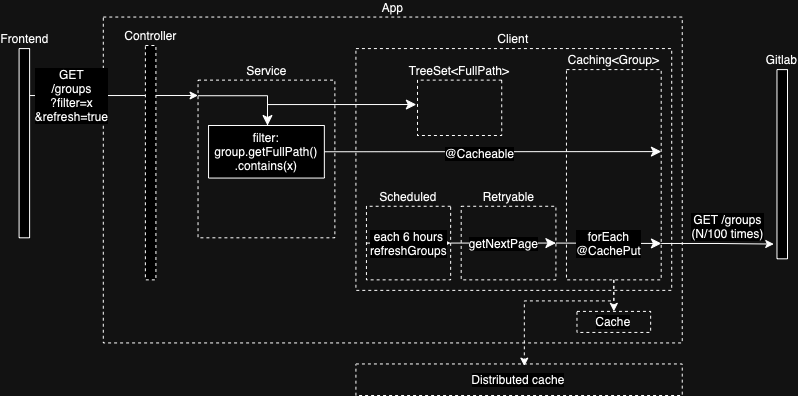
Above: docs/diagram/Diagram.drawio.png in foobarops/gitlab-proxy (draw.io), before the change. Source tidied: cells renumbered, new cells last; positions are measured from the earlier drawing's top-left corner, leaving out a move shared by most shapes.
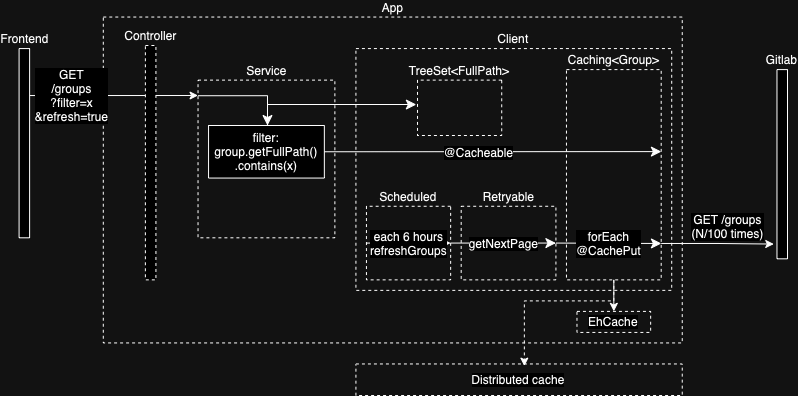
The same diagram one commit later.

Commit message:
chore: Update README with improved diagram

Diff of the diagram source:
```diff
@@ -14,13 +14,13 @@
     <mxCell id="5" value="Retryable" style="rounded=0;whiteSpace=wrap;html=1;fillColor=none;dashed=1;labelPosition=center;verticalLabelPosition=top;align=center;verticalAlign=bottom;fontSize=12;fontFamily=Helvetica;" parent="1" vertex="1">
       <mxGeometry x="441.7" y="188.8" width="94.7" height="73.6" as="geometry" />
     </mxCell>
-    <mxCell id="6" style="edgeStyle=orthogonalEdgeStyle;rounded=0;jettySize=auto;html=1;entryX=0.5;entryY=0;entryDx=0;entryDy=0;dashed=1;exitX=0.5;exitY=1;exitDx=0;exitDy=0;fontSize=12;fontFamily=Helvetica;" parent="1" edge="1" source="12" target="8">
+    <mxCell id="6" style="edgeStyle=orthogonalEdgeStyle;rounded=0;jettySize=auto;html=1;entryX=0.5;entryY=0;entryDx=0;entryDy=0;exitX=0.5;exitY=1;exitDx=0;exitDy=0;fontSize=12;fontFamily=Helvetica;" parent="1" edge="1" source="12" target="8">
       <mxGeometry relative="1" as="geometry" />
     </mxCell>
     <mxCell id="7" value="GET /groups&lt;br style=&quot;font-size: 12px;&quot;&gt;(N/100 times)" style="edgeStyle=orthogonalEdgeStyle;rounded=0;jettySize=auto;html=1;entryX=-0.3;entryY=0.922;entryDx=0;entryDy=0;entryPerimeter=0;exitX=1;exitY=0.827;exitDx=0;exitDy=0;exitPerimeter=0;fontSize=12;fontFamily=Helvetica;" parent="1" edge="1" source="12" target="20">
       <mxGeometry x="0.18" y="18" relative="1" as="geometry" />
     </mxCell>
-    <mxCell id="8" value="&lt;div style=&quot;caret-color: rgb(0, 0, 0); color: rgb(0, 0, 0); font-style: normal; font-variant-caps: normal; font-weight: 400; letter-spacing: normal; text-indent: 0px; text-transform: none; word-spacing: 0px; -webkit-text-stroke-width: 0px; text-decoration: none; text-align: start; background-color: rgb(255, 255, 255); font-size: 12px;&quot;&gt;Cache&lt;/div&gt;" style="text;html=1;strokeColor=default;fillColor=none;align=center;verticalAlign=middle;whiteSpace=wrap;rounded=0;dashed=1;strokeWidth=1;fontSize=12;fontFamily=Helvetica;" parent="1" vertex="1">
+    <mxCell id="8" value="&lt;div style=&quot;caret-color: rgb(0, 0, 0); color: rgb(0, 0, 0); font-style: normal; font-variant-caps: normal; font-weight: 400; letter-spacing: normal; text-indent: 0px; text-transform: none; word-spacing: 0px; -webkit-text-stroke-width: 0px; text-decoration: none; text-align: start; background-color: rgb(255, 255, 255); font-size: 12px;&quot;&gt;EhCache&lt;/div&gt;" style="text;html=1;strokeColor=default;fillColor=none;align=center;verticalAlign=middle;whiteSpace=wrap;rounded=0;dashed=1;strokeWidth=1;fontSize=12;fontFamily=Helvetica;" parent="1" vertex="1">
       <mxGeometry x="557.5" y="293.9" width="73.7" height="21" as="geometry" />
     </mxCell>
     <mxCell id="9" value="&lt;div style=&quot;caret-color: rgb(0, 0, 0); color: rgb(0, 0, 0); font-style: normal; font-variant-caps: normal; font-weight: 400; letter-spacing: normal; text-indent: 0px; text-transform: none; word-spacing: 0px; -webkit-text-stroke-width: 0px; text-decoration: none; text-align: start; background-color: rgb(255, 255, 255); font-size: 12px;&quot;&gt;Distributed cache&lt;/div&gt;" style="text;html=1;strokeColor=default;fillColor=none;align=center;verticalAlign=middle;whiteSpace=wrap;rounded=0;strokeWidth=1;dashed=1;fontSize=12;fontFamily=Helvetica;" parent="1" vertex="1">
```
